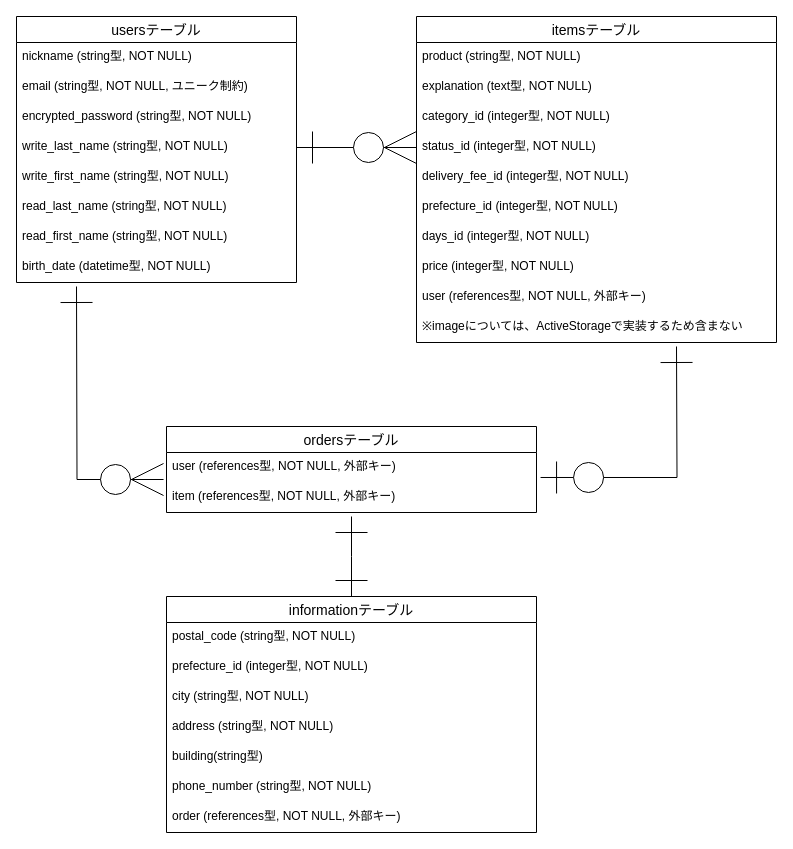
Above: furima.dio in uesei777/furima-36698 (draw.io), before the change. Source tidied: cells renumbered, new cells numbered last; positions are measured from the earlier drawing's top-left corner, leaving out a move shared by most shapes. Both pictures are drawn from the tidied source at 100%, with x=0, y=0 at pixel (16, 16).
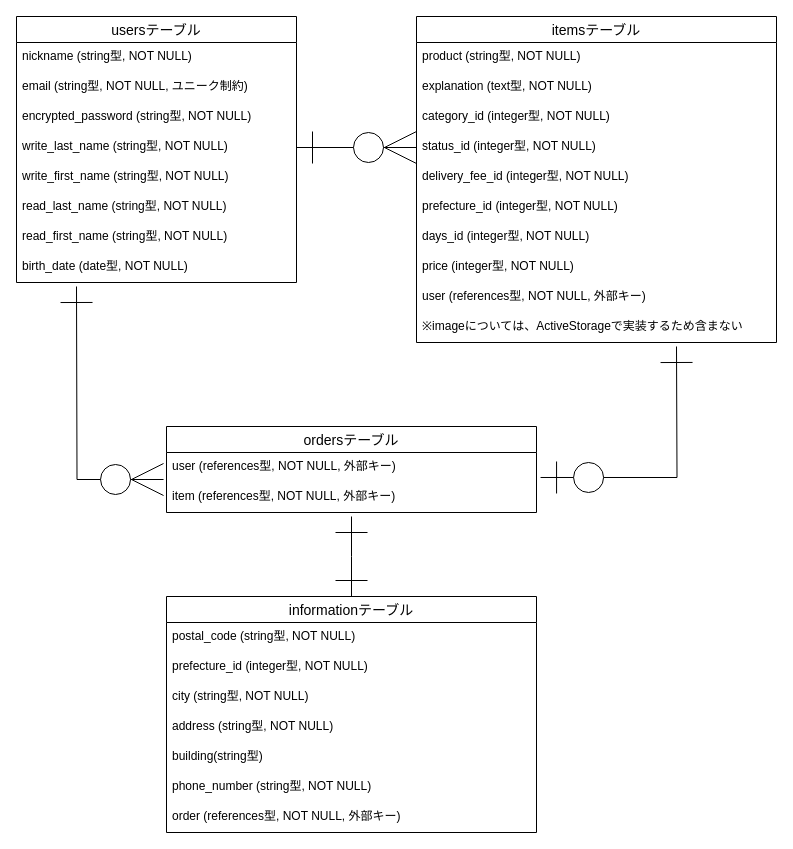
The same page after the edit.

Commit message (it also covers changes not shown here):
誕生日カラムの修正

The change refers to these unchanged cells:
```xml
<mxCell id="2" value="usersテーブル" style="swimlane;fontStyle=0;horizontal=1;startSize=26;align=center;fontSize=14;" parent="1" vertex="1">
  <mxGeometry width="280" height="266" as="geometry" />
</mxCell>
```

Change to the diagram source:
```diff
@@
-    <mxCell id="10" value="birth_date (datetime型, NOT NULL)" style="text;strokeColor=none;fillColor=none;spacingLeft=4;spacingRight=4;overflow=hidden;fontSize=12;" parent="2" vertex="1">
+    <mxCell id="10" value="birth_date (date型, NOT NULL)" style="text;strokeColor=none;fillColor=none;spacingLeft=4;spacingRight=4;overflow=hidden;fontSize=12;" parent="2" vertex="1">
       <mxGeometry y="236" width="280" height="30" as="geometry" />
     </mxCell>
```
